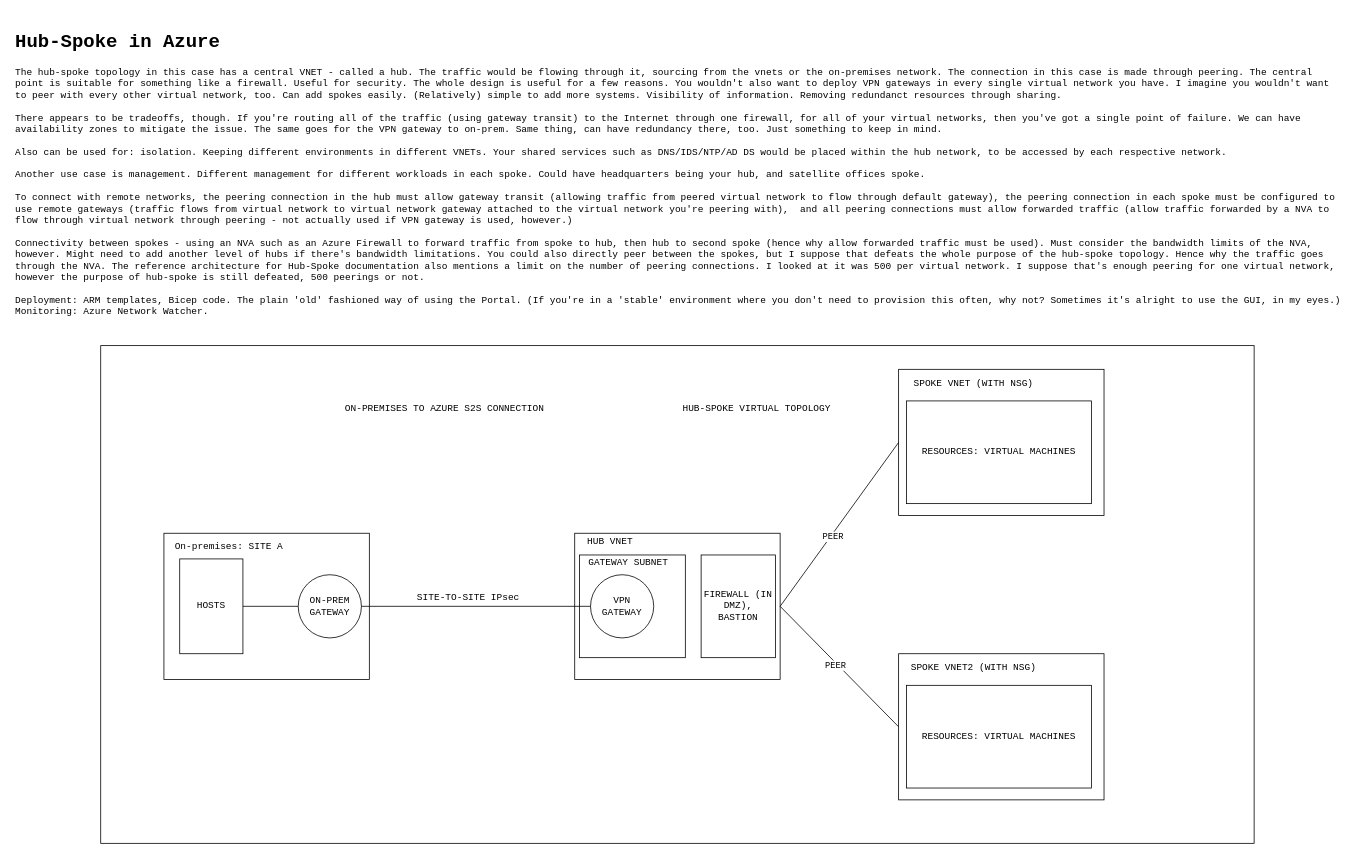
Above: page "Hub-Spoke in Azure" (2 of 3) of Cloud/Infrastructure_Architecture.drawio in hmahmood2351/Home_Labs (draw.io), before the change. Source tidied: cells renumbered, new cells numbered last; positions are measured from the earlier drawing's top-left corner, leaving out a move shared by most shapes. Both pictures are drawn from the tidied source at 79%, with x=0, y=0 at pixel (13, 13).
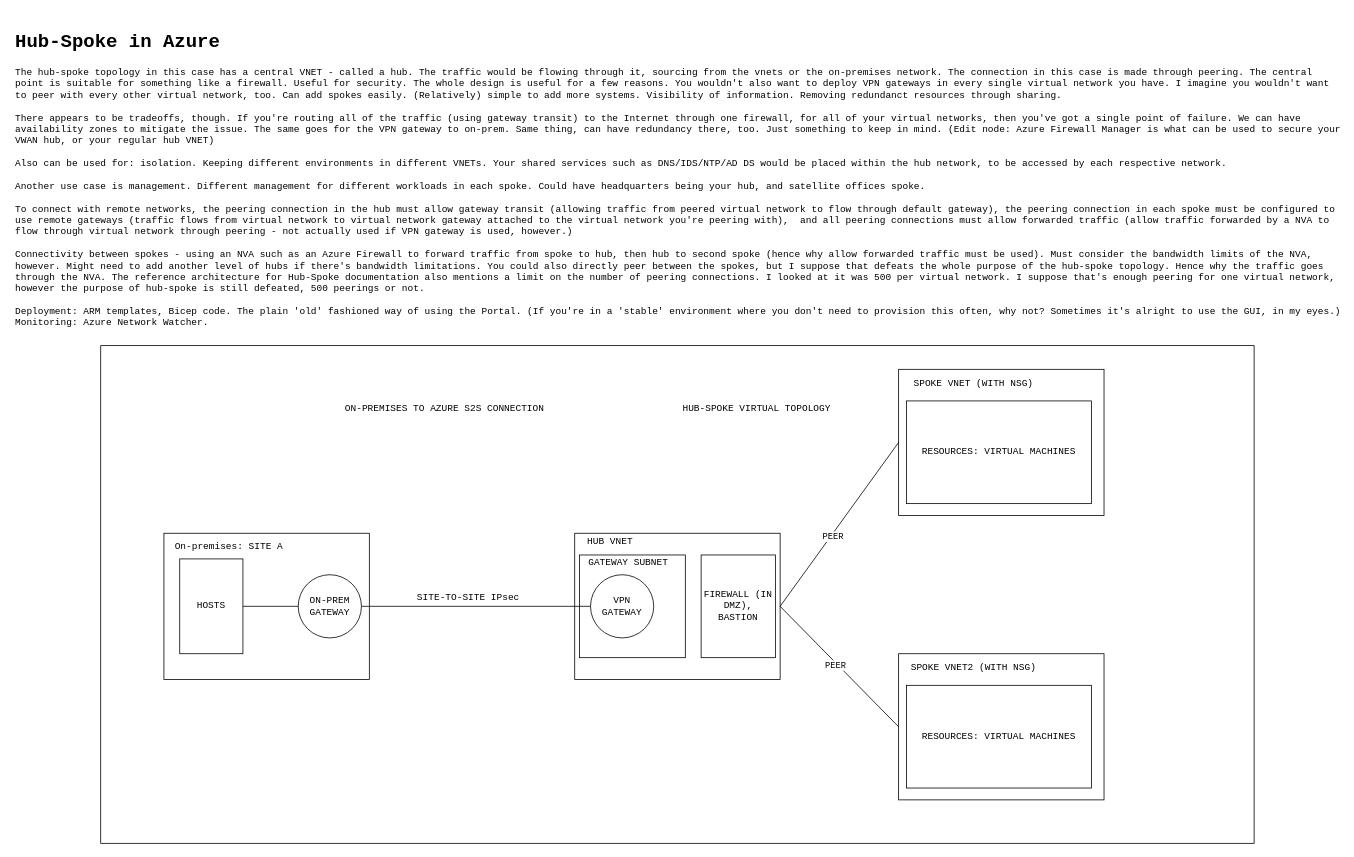
After the change.

The edit, as a diff of the source:
```diff
@@
-    <mxCell id="30" value="&lt;h1&gt;Hub-Spoke in Azure&lt;/h1&gt;&lt;div&gt;The hub-spoke topology in this case has a central VNET - called a hub. The traffic would be flowing through it, sourcing from the vnets or the on-premises network. The connection in this case is made through peering. The central point is suitable for something like a firewall. Useful for security. The whole design is useful for a few reasons. You wouldn't also want to deploy VPN gateways in every single virtual network you have. I imagine you wouldn't want to peer with every other virtual network, too. Can add spokes easily. (Relatively) simple to add more systems. Visibility of information. Removing redundanct resources through sharing.&amp;nbsp;&lt;/div&gt;&lt;div&gt;&lt;br&gt;&lt;/div&gt;&lt;div&gt;There appears to be tradeoffs, though. If you're routing all of the traffic (using gateway transit) to the Internet through one firewall, for all of your virtual networks, then you've got a single point of failure. We can have availability zones to mitigate the issue. The same goes for the VPN gateway to on-prem. Same thing, can have redundancy there, too. Just something to keep in mind.&lt;/div&gt;&lt;div&gt;&lt;br&gt;&lt;/div&gt;&lt;div&gt;Also can be used for: isolation. Keeping different environments in different VNETs. Your shared services such as DNS/IDS/NTP/AD DS would be placed within the hub network, to be accessed by each respective network.&lt;/div&gt;&lt;div&gt;&lt;br&gt;&lt;/div&gt;&lt;div&gt;Another use case is management. Different management for different workloads in each spoke. Could have headquarters being your hub, and satellite offices spoke.&lt;/div&gt;&lt;div&gt;&lt;br&gt;&lt;/div&gt;&lt;div&gt;To connect with remote networks, the peering connection in the hub must allow gateway transit (allowing traffic from peered virtual network to flow through default gateway), the peering connection in each spoke must be configured to use remote gateways (traffic flows from virtual network to virtual network gateway attached to the virtual network you're peering with),&amp;nbsp; and all peering connections must allow forwarded traffic (allow traffic forwarded by a NVA to flow through virtual network through peering - not actually used if VPN gateway is used, however.)&lt;/div&gt;&lt;div&gt;&lt;br&gt;&lt;/div&gt;&lt;div&gt;Connectivity between spokes - using an NVA such as an Azure Firewall to forward traffic from spoke to hub, then hub to second spoke (hence why allow forwarded traffic must be used). Must consider the bandwidth limits of the NVA, however. Might need to add another level of hubs if there's bandwidth limitations. You could also directly peer between the spokes, but I suppose that defeats the whole purpose of the hub-spoke topology. Hence why the traffic goes through the NVA. The reference architecture for Hub-Spoke documentation also mentions a limit on the number of peering connections. I looked at it was 500 per virtual network. I suppose that's enough peering for one virtual network, however the purpose of hub-spoke is still defeated, 500 peerings or not.&lt;/div&gt;&lt;div&gt;&lt;br&gt;&lt;/div&gt;&lt;div&gt;Deployment: ARM templates, Bicep code. The plain 'old' fashioned way of using the Portal. (If you're in a 'stable' environment where you don't need to provision this often, why not? Sometimes it's alright to use the GUI, in my eyes.)&lt;/div&gt;&lt;div&gt;Monitoring: Azure Network Watcher.&amp;nbsp;&lt;/div&gt;&lt;div&gt;&lt;br&gt;&lt;/div&gt;&lt;div&gt;&lt;br&gt;&lt;/div&gt;&lt;div&gt;&lt;br&gt;&lt;/div&gt;&lt;div&gt;&lt;br&gt;&lt;/div&gt;&lt;div&gt;&amp;nbsp;&lt;/div&gt;&lt;div&gt;&lt;br style=&quot;color: rgb(0 , 0 , 0) ; font-family: &amp;#34;courier new&amp;#34; ; font-size: 12px ; font-style: normal ; font-weight: 400 ; letter-spacing: normal ; text-align: left ; text-indent: 0px ; text-transform: none ; word-spacing: 0px ; background-color: rgb(248 , 249 , 250)&quot;&gt;&lt;br&gt;&lt;br&gt;&lt;/div&gt;" style="text;whiteSpace=wrap;html=1;fontFamily=Courier New;" parent="1" vertex="1">
+    <mxCell id="30" value="&lt;h1&gt;Hub-Spoke in Azure&lt;/h1&gt;&lt;div&gt;The hub-spoke topology in this case has a central VNET - called a hub. The traffic would be flowing through it, sourcing from the vnets or the on-premises network. The connection in this case is made through peering. The central point is suitable for something like a firewall. Useful for security. The whole design is useful for a few reasons. You wouldn't also want to deploy VPN gateways in every single virtual network you have. I imagine you wouldn't want to peer with every other virtual network, too. Can add spokes easily. (Relatively) simple to add more systems. Visibility of information. Removing redundanct resources through sharing.&amp;nbsp;&lt;/div&gt;&lt;div&gt;&lt;br&gt;&lt;/div&gt;&lt;div&gt;There appears to be tradeoffs, though. If you're routing all of the traffic (using gateway transit) to the Internet through one firewall, for all of your virtual networks, then you've got a single point of failure. We can have availability zones to mitigate the issue. The same goes for the VPN gateway to on-prem. Same thing, can have redundancy there, too. Just something to keep in mind. (Edit node: Azure Firewall Manager is what can be used to secure your VWAN hub, or your regular hub VNET)&lt;/div&gt;&lt;div&gt;&lt;br&gt;&lt;/div&gt;&lt;div&gt;Also can be used for: isolation. Keeping different environments in different VNETs. Your shared services such as DNS/IDS/NTP/AD DS would be placed within the hub network, to be accessed by each respective network.&lt;/div&gt;&lt;div&gt;&lt;br&gt;&lt;/div&gt;&lt;div&gt;Another use case is management. Different management for different workloads in each spoke. Could have headquarters being your hub, and satellite offices spoke.&lt;/div&gt;&lt;div&gt;&lt;br&gt;&lt;/div&gt;&lt;div&gt;To connect with remote networks, the peering connection in the hub must allow gateway transit (allowing traffic from peered virtual network to flow through default gateway), the peering connection in each spoke must be configured to use remote gateways (traffic flows from virtual network to virtual network gateway attached to the virtual network you're peering with),&amp;nbsp; and all peering connections must allow forwarded traffic (allow traffic forwarded by a NVA to flow through virtual network through peering - not actually used if VPN gateway is used, however.)&lt;/div&gt;&lt;div&gt;&lt;br&gt;&lt;/div&gt;&lt;div&gt;Connectivity between spokes - using an NVA such as an Azure Firewall to forward traffic from spoke to hub, then hub to second spoke (hence why allow forwarded traffic must be used). Must consider the bandwidth limits of the NVA, however. Might need to add another level of hubs if there's bandwidth limitations. You could also directly peer between the spokes, but I suppose that defeats the whole purpose of the hub-spoke topology. Hence why the traffic goes through the NVA. The reference architecture for Hub-Spoke documentation also mentions a limit on the number of peering connections. I looked at it was 500 per virtual network. I suppose that's enough peering for one virtual network, however the purpose of hub-spoke is still defeated, 500 peerings or not.&lt;/div&gt;&lt;div&gt;&lt;br&gt;&lt;/div&gt;&lt;div&gt;Deployment: ARM templates, Bicep code. The plain 'old' fashioned way of using the Portal. (If you're in a 'stable' environment where you don't need to provision this often, why not? Sometimes it's alright to use the GUI, in my eyes.)&lt;/div&gt;&lt;div&gt;Monitoring: Azure Network Watcher.&amp;nbsp;&lt;/div&gt;&lt;div&gt;&lt;br&gt;&lt;/div&gt;&lt;div&gt;&lt;br&gt;&lt;/div&gt;&lt;div&gt;&lt;br&gt;&lt;/div&gt;&lt;div&gt;&lt;br&gt;&lt;/div&gt;&lt;div&gt;&amp;nbsp;&lt;/div&gt;&lt;div&gt;&lt;br style=&quot;color: rgb(0 , 0 , 0) ; font-family: &amp;#34;courier new&amp;#34; ; font-size: 12px ; font-style: normal ; font-weight: 400 ; letter-spacing: normal ; text-align: left ; text-indent: 0px ; text-transform: none ; word-spacing: 0px ; background-color: rgb(248 , 249 , 250)&quot;&gt;&lt;br&gt;&lt;br&gt;&lt;/div&gt;" style="text;whiteSpace=wrap;html=1;fontFamily=Courier New;" parent="1" vertex="1">
       <mxGeometry width="1680" height="130" as="geometry" />
     </mxCell>
```
